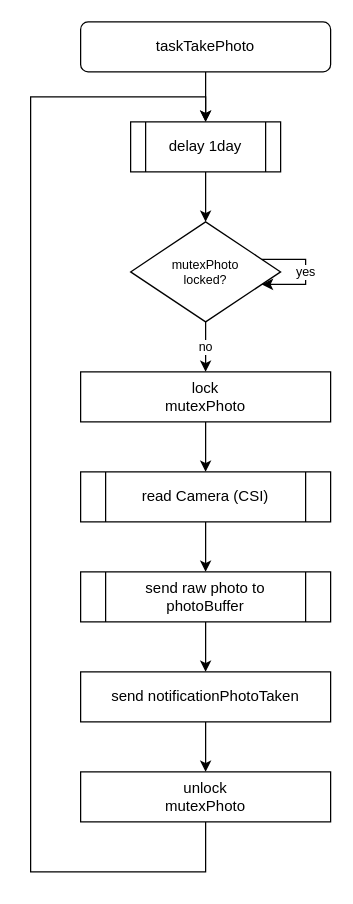
rafaelandrepedro/embebidos2122 keeps this draw.io diagram as Diagrams/taskTakePhoto.drawio. Above is the earlier version. Source tidied: cells renumbered, new cells numbered last; positions are measured from the earlier drawing's top-left corner, leaving out a move shared by most shapes. Both pictures are drawn from the tidied source at 125%, with x=0, y=0 at pixel (30, 21).
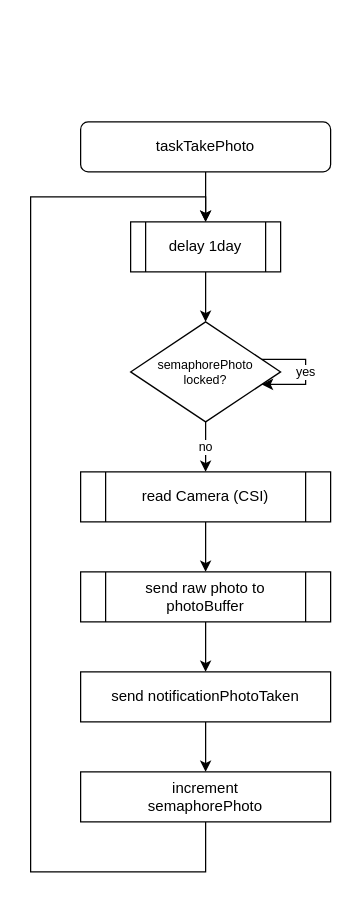
After the change.

The change refers to these unchanged cells:
```xml
<mxCell id="16" value="read Camera (CSI)" style="shape=process;whiteSpace=wrap;html=1;backgroundOutline=1;" parent="1" vertex="1">
  <mxGeometry x="40" y="360" width="200" height="40" as="geometry" />
</mxCell>
```

Diff of the diagram source:
```diff
@@
     <mxCell id="3" value="taskTakePhoto" style="rounded=1;whiteSpace=wrap;html=1;" parent="1" vertex="1">
-      <mxGeometry x="40" width="200" height="40" as="geometry" />
+      <mxGeometry x="40" y="80" width="200" height="40" as="geometry" />
     </mxCell>
@@
     <mxCell id="5" value="delay 1day" style="shape=process;whiteSpace=wrap;html=1;backgroundOutline=1;" parent="1" vertex="1">
-      <mxGeometry x="80" y="80" width="120" height="40" as="geometry" />
+      <mxGeometry x="80" y="160" width="120" height="40" as="geometry" />
     </mxCell>
-    <mxCell id="6" style="edgeStyle=orthogonalEdgeStyle;rounded=0;jettySize=auto;html=1;" parent="1" edge="1" source="7" target="16">
-      <mxGeometry relative="1" as="geometry" />
-    </mxCell>
-    <mxCell id="7" value="lock&lt;br&gt;mutexPhoto" style="rounded=0;whiteSpace=wrap;html=1;" parent="1" vertex="1">
-      <mxGeometry x="40" y="280" width="200" height="40" as="geometry" />
-    </mxCell>
-    <mxCell id="8" value="no" style="edgeStyle=orthogonalEdgeStyle;rounded=0;jettySize=auto;html=1;fontSize=10;" parent="1" edge="1" source="9" target="7">
-      <mxGeometry relative="1" as="geometry" />
+    <mxCell id="8" value="no" style="edgeStyle=orthogonalEdgeStyle;rounded=0;jettySize=auto;html=1;fontSize=10;" parent="1" edge="1" source="9">
+      <mxGeometry relative="1" as="geometry">
+        <mxPoint x="140" y="360" as="targetPoint" />
+      </mxGeometry>
     </mxCell>
-    <mxCell id="9" value="mutexPhoto&lt;br style=&quot;font-size: 10px&quot;&gt;locked?" style="rhombus;whiteSpace=wrap;html=1;fontSize=10;" parent="1" vertex="1">
-      <mxGeometry x="80" y="160" width="120" height="80" as="geometry" />
+    <mxCell id="9" value="semaphorePhoto&lt;br style=&quot;font-size: 10px&quot;&gt;locked?" style="rhombus;whiteSpace=wrap;html=1;fontSize=10;" parent="1" vertex="1">
+      <mxGeometry x="80" y="240" width="120" height="80" as="geometry" />
     </mxCell>
-    <mxCell id="10" value="unlock&lt;br&gt;mutexPhoto" style="rounded=0;whiteSpace=wrap;html=1;" parent="1" vertex="1">
+    <mxCell id="10" value="increment&lt;br&gt;semaphorePhoto" style="rounded=0;whiteSpace=wrap;html=1;" parent="1" vertex="1">
       <mxGeometry x="40" y="600" width="200" height="40" as="geometry" />
     </mxCell>
     <mxCell id="11" style="edgeStyle=orthogonalEdgeStyle;rounded=0;jettySize=auto;html=1;entryX=0.5;entryY=0;entryDx=0;entryDy=0;fontSize=10;exitX=0.5;exitY=1;exitDx=0;exitDy=0;" parent="1" edge="1" source="10" target="5">
       <mxGeometry relative="1" as="geometry">
         <Array as="points">
           <mxPoint x="140" y="680" />
           <mxPoint y="680" />
-          <mxPoint y="60" />
-          <mxPoint x="140" y="60" />
+          <mxPoint y="140" />
+          <mxPoint x="140" y="140" />
         </Array>
       </mxGeometry>
     </mxCell>
```
